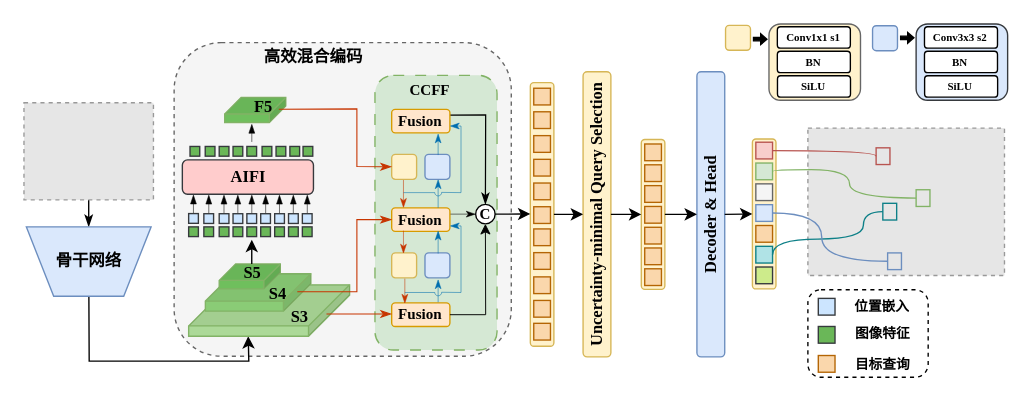
Earlier version of the draw.io diagram DrawIO_file/流程图/RT-DETR.drawio (DingDongZz/typera_PicGO). Source tidied: cells renumbered, new cells numbered last; positions are measured from the earlier drawing's top-left corner, leaving out a move shared by most shapes. Both pictures are drawn from the tidied source at 137%, with x=0, y=0 at pixel (23, 23). Pictures stored in the file or linked from it are replaced by grey dashed boxes.
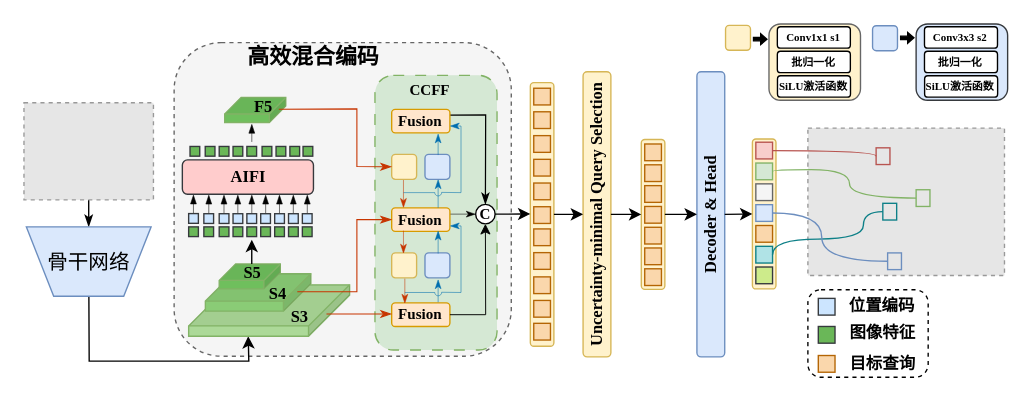
After the change.

Unchanged cells that the change refers to:
```xml
<mxCell id="2" style="group;fontFamily=Times New Roman;" parent="1" vertex="1">
  <mxGeometry width="718" height="257.9" as="geometry" />
</mxCell>
<mxCell id="87" style="group;fontSize=8;fontFamily=Times New Roman;fontStyle=1;" parent="2" vertex="1">
  <mxGeometry x="543.8" width="66.8" height="55.7" as="geometry" />
</mxCell>
<mxCell id="92" style="group;fontSize=8;fontFamily=Times New Roman;fontStyle=1;" parent="2" vertex="1">
  <mxGeometry x="651.2" width="66.8" height="55.7" as="geometry" />
</mxCell>
```

Change to the diagram source:
```diff
@@
-    <mxCell id="90" value="BN" style="rounded=1;whiteSpace=wrap;html=1;fontSize=8;fontFamily=Times New Roman;fontStyle=1;" parent="87" vertex="1">
+    <mxCell id="90" value="&lt;font face=&quot;宋体&quot;&gt;批归一化&lt;/font&gt;" style="rounded=1;whiteSpace=wrap;html=1;fontSize=8;fontFamily=Times New Roman;fontStyle=1;" parent="87" vertex="1">
       <mxGeometry x="6.1" y="19.9" width="53.3" height="15.6" as="geometry" />
     </mxCell>
-    <mxCell id="91" value="SiLU" style="rounded=1;whiteSpace=wrap;html=1;fontSize=8;fontFamily=Times New Roman;fontStyle=1;" parent="87" vertex="1">
+    <mxCell id="91" value="&lt;font face=&quot;Times New Roman&quot;&gt;SiLU&lt;/font&gt;激活函数" style="rounded=1;whiteSpace=wrap;html=1;fontSize=8;fontFamily=宋体;fontStyle=1;" parent="87" vertex="1">
       <mxGeometry x="6.2" y="37.8" width="53.3" height="15.6" as="geometry" />
     </mxCell>
@@
-    <mxCell id="95" value="BN" style="rounded=1;whiteSpace=wrap;html=1;fontSize=8;fontFamily=Times New Roman;fontStyle=1;" parent="92" vertex="1">
+    <mxCell id="95" value="&lt;font face=&quot;宋体&quot;&gt;批归一化&lt;/font&gt;" style="rounded=1;whiteSpace=wrap;html=1;fontSize=8;fontFamily=Times New Roman;fontStyle=1;" parent="92" vertex="1">
       <mxGeometry x="6.1" y="19.9" width="53.3" height="15.6" as="geometry" />
     </mxCell>
-    <mxCell id="96" value="SiLU" style="rounded=1;whiteSpace=wrap;html=1;fontSize=8;fontFamily=Times New Roman;fontStyle=1;" parent="92" vertex="1">
+    <mxCell id="96" value="&lt;font face=&quot;Times New Roman&quot;&gt;SiLU&lt;/font&gt;激活函数" style="rounded=1;whiteSpace=wrap;html=1;fontSize=8;fontFamily=宋体;fontStyle=1;" parent="92" vertex="1">
       <mxGeometry x="6.2" y="37.8" width="53.3" height="15.6" as="geometry" />
     </mxCell>
@@
-    <mxCell id="102" value="位置嵌入" style="text;html=1;align=center;verticalAlign=middle;whiteSpace=wrap;rounded=0;fontFamily=宋体;fontSize=10;fontStyle=1;" parent="2" vertex="1">
+    <mxCell id="102" value="位置编码" style="text;html=1;align=center;verticalAlign=middle;whiteSpace=wrap;rounded=0;fontFamily=宋体;fontSize=12;fontStyle=1;" parent="2" vertex="1">
       <mxGeometry x="575.4" y="194.7" width="103.3" height="23.3" as="geometry" />
     </mxCell>
-    <mxCell id="103" value="图像特征" style="text;html=1;align=center;verticalAlign=middle;whiteSpace=wrap;rounded=0;fontFamily=宋体;fontSize=10;fontStyle=1;" parent="2" vertex="1">
+    <mxCell id="103" value="图像特征" style="text;html=1;align=center;verticalAlign=middle;whiteSpace=wrap;rounded=0;fontFamily=宋体;fontSize=12;fontStyle=1;" parent="2" vertex="1">
       <mxGeometry x="584" y="213.8" width="86.1" height="24.3" as="geometry" />
     </mxCell>
-    <mxCell id="104" value="目标查询" style="text;html=1;align=center;verticalAlign=middle;whiteSpace=wrap;rounded=0;fontFamily=宋体;fontSize=10;fontStyle=1;" parent="2" vertex="1">
+    <mxCell id="104" value="目标查询" style="text;html=1;align=center;verticalAlign=middle;whiteSpace=wrap;rounded=0;fontFamily=宋体;fontSize=12;fontStyle=1;" parent="2" vertex="1">
       <mxGeometry x="588" y="240.4" width="78" height="15.4" as="geometry" />
     </mxCell>
@@
-    <mxCell id="158" value="高效混合编码" style="text;html=1;align=center;verticalAlign=middle;whiteSpace=wrap;rounded=0;fontStyle=1;fontFamily=宋体;" parent="2" vertex="1">
+    <mxCell id="158" value="高效混合编码" style="text;html=1;align=center;verticalAlign=middle;whiteSpace=wrap;rounded=0;fontStyle=1;fontFamily=宋体;fontSize=16;" parent="2" vertex="1">
       <mxGeometry x="140.4" y="8.4" width="143.1" height="30.4" as="geometry" />
     </mxCell>
-    <mxCell id="159" value="骨干网络" style="shape=trapezoid;perimeter=trapezoidPerimeter;whiteSpace=wrap;html=1;fixedSize=1;flipV=1;fillColor=#dae8fc;strokeColor=#6c8ebf;fontFamily=宋体;fontStyle=1;" parent="2" vertex="1">
+    <mxCell id="159" value="&lt;span style=&quot;font-weight: normal;&quot;&gt;骨干网络&lt;/span&gt;" style="shape=trapezoid;perimeter=trapezoidPerimeter;whiteSpace=wrap;html=1;fixedSize=1;flipV=1;fillColor=#dae8fc;strokeColor=#6c8ebf;fontFamily=宋体;fontStyle=1;fontSize=15;" parent="2" vertex="1">
       <mxGeometry x="1.7" y="148.1" width="91.1" height="50.6" as="geometry" />
     </mxCell>
```
